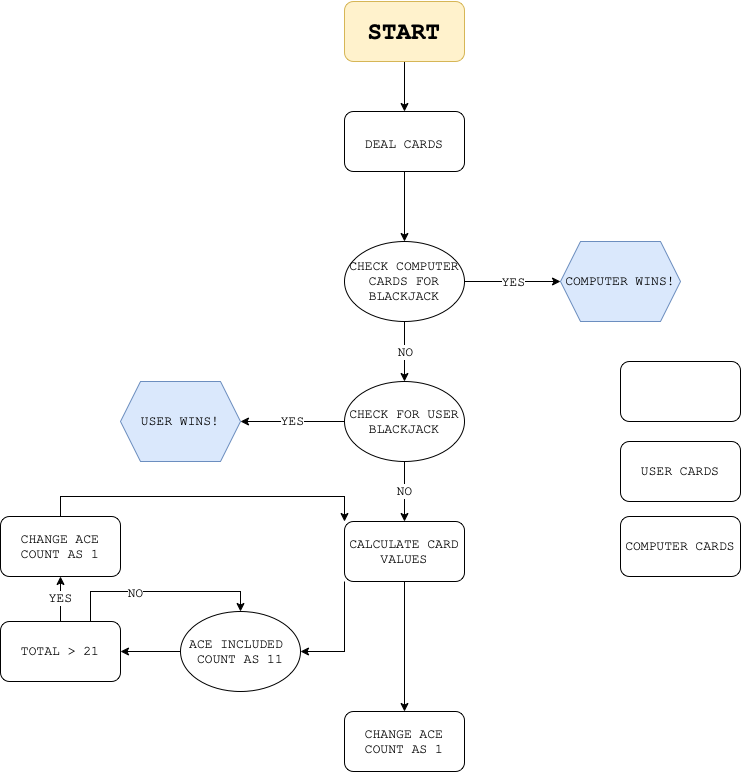
Earlier version of the draw.io export Blackjack.drawio.png (antoniaandreou/100_days_of_python). Source tidied: cells renumbered, new cells last; positions are measured from the earlier drawing's top-left corner, leaving out a move shared by most shapes. Its diagram source:
```xml
<mxGraphModel>
  <root>
    <mxCell id="0" />
    <mxCell id="1" parent="0" />
    <mxCell id="2" style="edgeStyle=orthogonalEdgeStyle;rounded=0;jettySize=auto;html=1;exitX=0.5;exitY=1;exitDx=0;exitDy=0;entryX=0.5;entryY=0;entryDx=0;entryDy=0;fontFamily=Courier New;fontSize=13;" parent="1" edge="1" source="3" target="5">
      <mxGeometry relative="1" as="geometry" />
    </mxCell>
    <mxCell id="3" value="&lt;h1&gt;&lt;font face=&quot;Courier New&quot; size=&quot;1&quot;&gt;&lt;b style=&quot;font-size: 24px&quot;&gt;START&lt;/b&gt;&lt;/font&gt;&lt;/h1&gt;" style="rounded=1;whiteSpace=wrap;html=1;fillColor=#fff2cc;strokeColor=#d6b656;" parent="1" vertex="1">
      <mxGeometry x="344" width="120" height="60" as="geometry" />
    </mxCell>
    <mxCell id="4" style="edgeStyle=orthogonalEdgeStyle;rounded=0;jettySize=auto;html=1;exitX=0.5;exitY=1;exitDx=0;exitDy=0;fontFamily=Courier New;fontSize=13;" parent="1" edge="1" source="5" target="8">
      <mxGeometry relative="1" as="geometry" />
    </mxCell>
    <mxCell id="5" value="&lt;font style=&quot;font-size: 13px&quot;&gt;DEAL CARDS&lt;/font&gt;" style="rounded=1;whiteSpace=wrap;html=1;fontFamily=Courier New;fontSize=24;" parent="1" vertex="1">
      <mxGeometry x="344" y="110" width="120" height="60" as="geometry" />
    </mxCell>
    <mxCell id="6" value="USER CARDS" style="rounded=1;whiteSpace=wrap;html=1;fontFamily=Courier New;fontSize=13;" parent="1" vertex="1">
      <mxGeometry x="620" y="440" width="120" height="60" as="geometry" />
    </mxCell>
    <mxCell id="7" value="COMPUTER CARDS" style="rounded=1;whiteSpace=wrap;html=1;fontFamily=Courier New;fontSize=13;" parent="1" vertex="1">
      <mxGeometry x="620" y="515" width="120" height="60" as="geometry" />
    </mxCell>
    <mxCell id="8" value="CHECK COMPUTER CARDS FOR BLACKJACK" style="ellipse;whiteSpace=wrap;html=1;fontFamily=Courier New;fontSize=13;" parent="1" vertex="1">
      <mxGeometry x="344" y="240" width="120" height="80" as="geometry" />
    </mxCell>
    <mxCell id="9" value="COMPUTER WINS!" style="shape=hexagon;perimeter=hexagonPerimeter2;whiteSpace=wrap;html=1;fixedSize=1;fontFamily=Courier New;fontSize=13;fillColor=#dae8fc;strokeColor=#6c8ebf;" parent="1" vertex="1">
      <mxGeometry x="560" y="240" width="120" height="80" as="geometry" />
    </mxCell>
    <mxCell id="10" style="endArrow=classic;html=1;rounded=0;fontFamily=Courier New;fontSize=13;exitX=1;exitY=0.5;exitDx=0;exitDy=0;entryX=0;entryY=0.5;entryDx=0;entryDy=0;" parent="1" edge="1" source="8" target="9">
      <mxGeometry relative="1" as="geometry" />
    </mxCell>
    <mxCell id="11" value="YES" style="edgeLabel;html=1;align=center;verticalAlign=middle;fontFamily=Courier New;fontSize=13;" parent="10" vertex="1">
      <mxGeometry relative="1" as="geometry" />
    </mxCell>
    <mxCell id="12" value="NO" style="edgeStyle=orthogonalEdgeStyle;rounded=0;jettySize=auto;html=1;exitX=0.5;exitY=1;exitDx=0;exitDy=0;entryX=0.5;entryY=0;entryDx=0;entryDy=0;fontFamily=Courier New;fontSize=13;" parent="1" edge="1" source="14" target="19">
      <mxGeometry relative="1" as="geometry" />
    </mxCell>
    <mxCell id="13" value="YES" style="edgeStyle=orthogonalEdgeStyle;rounded=0;jettySize=auto;html=1;exitX=0;exitY=0.5;exitDx=0;exitDy=0;entryX=1;entryY=0.5;entryDx=0;entryDy=0;fontFamily=Courier New;fontSize=13;" parent="1" edge="1" source="14" target="17">
      <mxGeometry relative="1" as="geometry" />
    </mxCell>
    <mxCell id="14" value="CHECK FOR USER BLACKJACK" style="ellipse;whiteSpace=wrap;html=1;fontFamily=Courier New;fontSize=13;" parent="1" vertex="1">
      <mxGeometry x="344" y="380" width="120" height="80" as="geometry" />
    </mxCell>
    <mxCell id="15" style="endArrow=classic;html=1;rounded=0;fontFamily=Courier New;fontSize=13;exitX=0.5;exitY=1;exitDx=0;exitDy=0;entryX=0.5;entryY=0;entryDx=0;entryDy=0;" parent="1" edge="1" source="8" target="14">
      <mxGeometry relative="1" as="geometry" />
    </mxCell>
    <mxCell id="16" value="NO" style="edgeLabel;html=1;align=center;verticalAlign=middle;fontFamily=Courier New;fontSize=13;" parent="15" vertex="1">
      <mxGeometry relative="1" as="geometry" />
    </mxCell>
    <mxCell id="17" value="USER WINS!" style="shape=hexagon;perimeter=hexagonPerimeter2;whiteSpace=wrap;html=1;fixedSize=1;fontFamily=Courier New;fontSize=13;fillColor=#dae8fc;strokeColor=#6c8ebf;" parent="1" vertex="1">
      <mxGeometry x="120" y="380" width="120" height="80" as="geometry" />
    </mxCell>
    <mxCell id="18" style="edgeStyle=orthogonalEdgeStyle;rounded=0;jettySize=auto;html=1;exitX=0;exitY=1;exitDx=0;exitDy=0;entryX=1;entryY=0.5;entryDx=0;entryDy=0;fontFamily=Courier New;fontSize=13;" parent="1" edge="1" source="19" target="23">
      <mxGeometry relative="1" as="geometry" />
    </mxCell>
    <mxCell id="19" value="CALCULATE CARD VALUES" style="rounded=1;whiteSpace=wrap;html=1;fontFamily=Courier New;fontSize=13;" parent="1" vertex="1">
      <mxGeometry x="344" y="520" width="120" height="60" as="geometry" />
    </mxCell>
    <mxCell id="20" style="rounded=1;whiteSpace=wrap;html=1;fontFamily=Courier New;fontSize=13;" parent="1" vertex="1">
      <mxGeometry x="620" y="360" width="120" height="60" as="geometry" />
    </mxCell>
    <mxCell id="21" style="edgeStyle=orthogonalEdgeStyle;rounded=0;jettySize=auto;html=1;exitX=0;exitY=0.5;exitDx=0;exitDy=0;entryX=1;entryY=0.5;entryDx=0;entryDy=0;fontFamily=Courier New;fontSize=13;" parent="1" edge="1" source="23" target="27">
      <mxGeometry relative="1" as="geometry" />
    </mxCell>
    <mxCell id="22" style="edgeStyle=orthogonalEdgeStyle;rounded=0;jettySize=auto;html=1;exitX=0.5;exitY=1;exitDx=0;exitDy=0;entryX=0.5;entryY=0;entryDx=0;entryDy=0;fontFamily=Courier New;fontSize=13;" parent="1" edge="1" source="19" target="30">
      <mxGeometry relative="1" as="geometry" />
    </mxCell>
    <mxCell id="23" value="ACE INCLUDED&amp;nbsp;&lt;br&gt;COUNT AS 11" style="ellipse;whiteSpace=wrap;html=1;fontFamily=Courier New;fontSize=13;" parent="1" vertex="1">
      <mxGeometry x="180" y="610" width="120" height="80" as="geometry" />
    </mxCell>
    <mxCell id="24" value="YES" style="edgeStyle=orthogonalEdgeStyle;rounded=0;jettySize=auto;html=1;exitX=0.5;exitY=0;exitDx=0;exitDy=0;entryX=0.5;entryY=1;entryDx=0;entryDy=0;fontFamily=Courier New;fontSize=13;" parent="1" edge="1" source="27" target="29">
      <mxGeometry relative="1" as="geometry" />
    </mxCell>
    <mxCell id="25" style="edgeStyle=orthogonalEdgeStyle;rounded=0;jettySize=auto;html=1;exitX=0.75;exitY=0;exitDx=0;exitDy=0;entryX=0.5;entryY=0;entryDx=0;entryDy=0;fontFamily=Courier New;fontSize=13;" parent="1" edge="1" source="27" target="23">
      <mxGeometry relative="1" as="geometry" />
    </mxCell>
    <mxCell id="26" value="NO" style="edgeLabel;html=1;align=center;verticalAlign=middle;fontSize=13;fontFamily=Courier New;" parent="25" vertex="1">
      <mxGeometry x="-0.26" y="-1" relative="1" as="geometry" />
    </mxCell>
    <mxCell id="27" value="TOTAL &amp;gt; 21" style="rounded=1;whiteSpace=wrap;html=1;fontFamily=Courier New;fontSize=13;" parent="1" vertex="1">
      <mxGeometry y="620" width="120" height="60" as="geometry" />
    </mxCell>
    <mxCell id="28" style="edgeStyle=orthogonalEdgeStyle;rounded=0;jettySize=auto;html=1;exitX=0.5;exitY=0;exitDx=0;exitDy=0;entryX=0;entryY=0;entryDx=0;entryDy=0;fontFamily=Courier New;fontSize=13;" parent="1" edge="1" source="29" target="19">
      <mxGeometry relative="1" as="geometry" />
    </mxCell>
    <mxCell id="29" value="CHANGE ACE COUNT AS 1" style="rounded=1;whiteSpace=wrap;html=1;fontFamily=Courier New;fontSize=13;" parent="1" vertex="1">
      <mxGeometry y="515" width="120" height="60" as="geometry" />
    </mxCell>
    <mxCell id="30" value="CHANGE ACE COUNT AS 1" style="rounded=1;whiteSpace=wrap;html=1;fontFamily=Courier New;fontSize=13;" parent="1" vertex="1">
      <mxGeometry x="344" y="710" width="120" height="60" as="geometry" />
    </mxCell>
  </root>
</mxGraphModel>
```
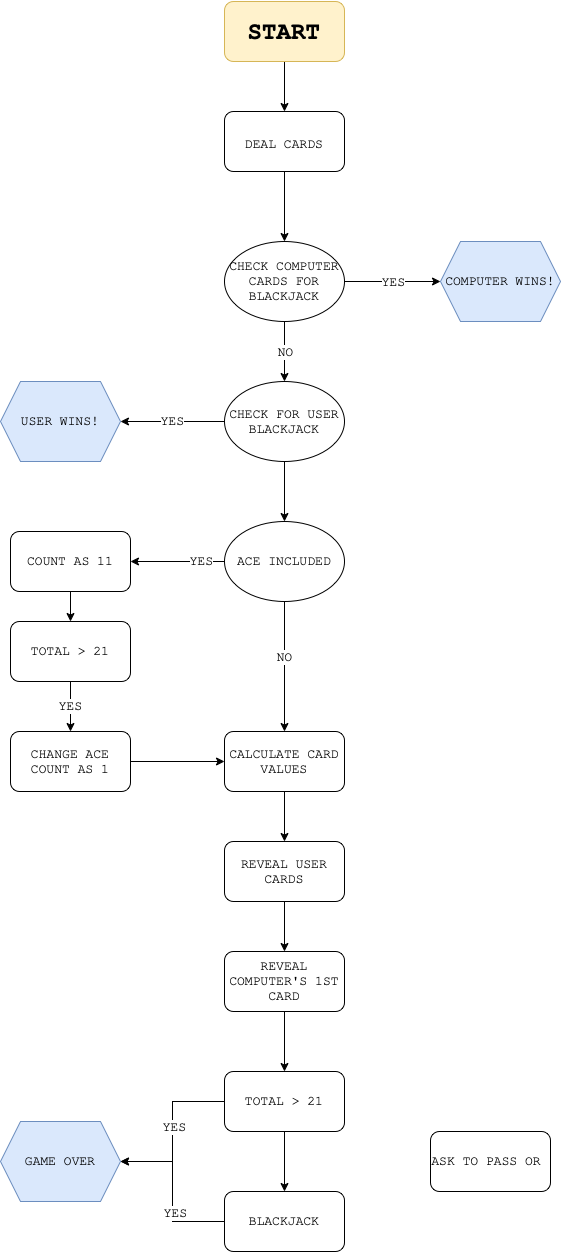
Above is the later version.

What changed in the source:
```diff
@@ -14,11 +14,17 @@
     <mxCell id="5" value="&lt;font style=&quot;font-size: 13px&quot;&gt;DEAL CARDS&lt;/font&gt;" style="rounded=1;whiteSpace=wrap;html=1;fontFamily=Courier New;fontSize=24;" parent="1" vertex="1">
       <mxGeometry x="344" y="110" width="120" height="60" as="geometry" />
     </mxCell>
+    <mxCell id="31" style="edgeStyle=orthogonalEdgeStyle;rounded=0;jettySize=auto;html=1;exitX=0.5;exitY=1;exitDx=0;exitDy=0;entryX=0.5;entryY=0;entryDx=0;entryDy=0;fontFamily=Courier New;fontSize=13;" parent="1" edge="1" source="6" target="20">
+      <mxGeometry relative="1" as="geometry" />
+    </mxCell>
-    <mxCell id="6" value="USER CARDS" style="rounded=1;whiteSpace=wrap;html=1;fontFamily=Courier New;fontSize=13;" parent="1" vertex="1">
-      <mxGeometry x="620" y="440" width="120" height="60" as="geometry" />
+    <mxCell id="6" value="REVEAL COMPUTER'S 1ST CARD" style="rounded=1;whiteSpace=wrap;html=1;fontFamily=Courier New;fontSize=13;" parent="1" vertex="1">
+      <mxGeometry x="344" y="950" width="120" height="60" as="geometry" />
     </mxCell>
+    <mxCell id="32" style="edgeStyle=orthogonalEdgeStyle;rounded=0;jettySize=auto;html=1;exitX=0.5;exitY=1;exitDx=0;exitDy=0;entryX=0.5;entryY=0;entryDx=0;entryDy=0;fontFamily=Courier New;fontSize=13;" parent="1" edge="1" source="7" target="6">
+      <mxGeometry relative="1" as="geometry" />
+    </mxCell>
-    <mxCell id="7" value="COMPUTER CARDS" style="rounded=1;whiteSpace=wrap;html=1;fontFamily=Courier New;fontSize=13;" parent="1" vertex="1">
-      <mxGeometry x="620" y="515" width="120" height="60" as="geometry" />
+    <mxCell id="7" value="REVEAL USER CARDS" style="rounded=1;whiteSpace=wrap;html=1;fontFamily=Courier New;fontSize=13;" parent="1" vertex="1">
+      <mxGeometry x="344" y="840" width="120" height="60" as="geometry" />
     </mxCell>
     <mxCell id="8" value="CHECK COMPUTER CARDS FOR BLACKJACK" style="ellipse;whiteSpace=wrap;html=1;fontFamily=Courier New;fontSize=13;" parent="1" vertex="1">
       <mxGeometry x="344" y="240" width="120" height="80" as="geometry" />
@@ -32,9 +38,6 @@
     <mxCell id="11" value="YES" style="edgeLabel;html=1;align=center;verticalAlign=middle;fontFamily=Courier New;fontSize=13;" parent="10" vertex="1">
       <mxGeometry relative="1" as="geometry" />
     </mxCell>
-    <mxCell id="12" value="NO" style="edgeStyle=orthogonalEdgeStyle;rounded=0;jettySize=auto;html=1;exitX=0.5;exitY=1;exitDx=0;exitDy=0;entryX=0.5;entryY=0;entryDx=0;entryDy=0;fontFamily=Courier New;fontSize=13;" parent="1" edge="1" source="14" target="19">
-      <mxGeometry relative="1" as="geometry" />
-    </mxCell>
     <mxCell id="13" value="YES" style="edgeStyle=orthogonalEdgeStyle;rounded=0;jettySize=auto;html=1;exitX=0;exitY=0.5;exitDx=0;exitDy=0;entryX=1;entryY=0.5;entryDx=0;entryDy=0;fontFamily=Courier New;fontSize=13;" parent="1" edge="1" source="14" target="17">
       <mxGeometry relative="1" as="geometry" />
     </mxCell>
@@ -50,44 +53,74 @@
     <mxCell id="17" value="USER WINS!" style="shape=hexagon;perimeter=hexagonPerimeter2;whiteSpace=wrap;html=1;fixedSize=1;fontFamily=Courier New;fontSize=13;fillColor=#dae8fc;strokeColor=#6c8ebf;" parent="1" vertex="1">
       <mxGeometry x="120" y="380" width="120" height="80" as="geometry" />
     </mxCell>
-    <mxCell id="18" style="edgeStyle=orthogonalEdgeStyle;rounded=0;jettySize=auto;html=1;exitX=0;exitY=1;exitDx=0;exitDy=0;entryX=1;entryY=0.5;entryDx=0;entryDy=0;fontFamily=Courier New;fontSize=13;" parent="1" edge="1" source="19" target="23">
+    <mxCell id="18" style="edgeStyle=orthogonalEdgeStyle;rounded=0;jettySize=auto;html=1;entryX=0.5;entryY=0;entryDx=0;entryDy=0;fontFamily=Courier New;fontSize=13;exitX=0.5;exitY=1;exitDx=0;exitDy=0;" parent="1" edge="1" source="14" target="23">
       <mxGeometry relative="1" as="geometry" />
     </mxCell>
+    <mxCell id="33" style="edgeStyle=orthogonalEdgeStyle;rounded=0;jettySize=auto;html=1;exitX=0.5;exitY=1;exitDx=0;exitDy=0;entryX=0.5;entryY=0;entryDx=0;entryDy=0;fontFamily=Courier New;fontSize=13;" parent="1" edge="1" source="19" target="7">
+      <mxGeometry relative="1" as="geometry" />
+    </mxCell>
     <mxCell id="19" value="CALCULATE CARD VALUES" style="rounded=1;whiteSpace=wrap;html=1;fontFamily=Courier New;fontSize=13;" parent="1" vertex="1">
-      <mxGeometry x="344" y="520" width="120" height="60" as="geometry" />
+      <mxGeometry x="344" y="730" width="120" height="60" as="geometry" />
     </mxCell>
+    <mxCell id="34" style="edgeStyle=orthogonalEdgeStyle;rounded=0;jettySize=auto;html=1;exitX=0;exitY=0.5;exitDx=0;exitDy=0;entryX=1;entryY=0.5;entryDx=0;entryDy=0;fontFamily=Courier New;fontSize=13;" parent="1" edge="1" source="20" target="40">
+      <mxGeometry relative="1" as="geometry" />
+    </mxCell>
+    <mxCell id="35" value="YES" style="edgeLabel;html=1;align=center;verticalAlign=middle;fontSize=13;fontFamily=Courier New;" parent="34" vertex="1">
+      <mxGeometry x="-0.06" y="1" relative="1" as="geometry" />
+    </mxCell>
+    <mxCell id="36" style="edgeStyle=orthogonalEdgeStyle;rounded=0;jettySize=auto;html=1;exitX=0.5;exitY=1;exitDx=0;exitDy=0;entryX=0.5;entryY=0;entryDx=0;entryDy=0;fontFamily=Courier New;fontSize=13;" parent="1" edge="1" source="20" target="43">
+      <mxGeometry relative="1" as="geometry" />
+    </mxCell>
-    <mxCell id="20" style="rounded=1;whiteSpace=wrap;html=1;fontFamily=Courier New;fontSize=13;" parent="1" vertex="1">
-      <mxGeometry x="620" y="360" width="120" height="60" as="geometry" />
+    <mxCell id="20" value="TOTAL &amp;gt; 21" style="rounded=1;whiteSpace=wrap;html=1;fontFamily=Courier New;fontSize=13;" parent="1" vertex="1">
+      <mxGeometry x="344" y="1070" width="120" height="60" as="geometry" />
     </mxCell>
-    <mxCell id="21" style="edgeStyle=orthogonalEdgeStyle;rounded=0;jettySize=auto;html=1;exitX=0;exitY=0.5;exitDx=0;exitDy=0;entryX=1;entryY=0.5;entryDx=0;entryDy=0;fontFamily=Courier New;fontSize=13;" parent="1" edge="1" source="23" target="27">
+    <mxCell id="21" style="edgeStyle=orthogonalEdgeStyle;rounded=0;jettySize=auto;html=1;exitX=0;exitY=0.5;exitDx=0;exitDy=0;entryX=1;entryY=0.5;entryDx=0;entryDy=0;fontFamily=Courier New;fontSize=13;" parent="1" edge="1" source="23" target="30">
       <mxGeometry relative="1" as="geometry" />
     </mxCell>
-    <mxCell id="22" style="edgeStyle=orthogonalEdgeStyle;rounded=0;jettySize=auto;html=1;exitX=0.5;exitY=1;exitDx=0;exitDy=0;entryX=0.5;entryY=0;entryDx=0;entryDy=0;fontFamily=Courier New;fontSize=13;" parent="1" edge="1" source="19" target="30">
-      <mxGeometry relative="1" as="geometry" />
-    </mxCell>
+    <mxCell id="37" value="YES" style="edgeLabel;html=1;align=center;verticalAlign=middle;fontSize=13;fontFamily=Courier New;" parent="21" vertex="1">
+      <mxGeometry x="-0.5" y="-1" relative="1" as="geometry" />
+    </mxCell>
+    <mxCell id="38" style="edgeStyle=orthogonalEdgeStyle;rounded=0;jettySize=auto;html=1;exitX=0.5;exitY=1;exitDx=0;exitDy=0;fontFamily=Courier New;fontSize=13;" parent="1" edge="1" source="23" target="19">
+      <mxGeometry relative="1" as="geometry" />
+    </mxCell>
+    <mxCell id="26" value="NO" style="edgeLabel;html=1;align=center;verticalAlign=middle;fontSize=13;fontFamily=Courier New;" parent="38" vertex="1">
+      <mxGeometry x="-0.15" y="-1" relative="1" as="geometry" />
+    </mxCell>
-    <mxCell id="23" value="ACE INCLUDED&amp;nbsp;&lt;br&gt;COUNT AS 11" style="ellipse;whiteSpace=wrap;html=1;fontFamily=Courier New;fontSize=13;" parent="1" vertex="1">
-      <mxGeometry x="180" y="610" width="120" height="80" as="geometry" />
+    <mxCell id="23" value="ACE INCLUDED" style="ellipse;whiteSpace=wrap;html=1;fontFamily=Courier New;fontSize=13;" parent="1" vertex="1">
+      <mxGeometry x="344" y="520" width="120" height="80" as="geometry" />
     </mxCell>
-    <mxCell id="24" value="YES" style="edgeStyle=orthogonalEdgeStyle;rounded=0;jettySize=auto;html=1;exitX=0.5;exitY=0;exitDx=0;exitDy=0;entryX=0.5;entryY=1;entryDx=0;entryDy=0;fontFamily=Courier New;fontSize=13;" parent="1" edge="1" source="27" target="29">
+    <mxCell id="24" value="YES" style="edgeStyle=orthogonalEdgeStyle;rounded=0;jettySize=auto;html=1;exitX=0.5;exitY=1;exitDx=0;exitDy=0;entryX=0.5;entryY=0;entryDx=0;entryDy=0;fontFamily=Courier New;fontSize=13;" parent="1" edge="1" source="27" target="29">
       <mxGeometry relative="1" as="geometry" />
     </mxCell>
-    <mxCell id="25" style="edgeStyle=orthogonalEdgeStyle;rounded=0;jettySize=auto;html=1;exitX=0.75;exitY=0;exitDx=0;exitDy=0;entryX=0.5;entryY=0;entryDx=0;entryDy=0;fontFamily=Courier New;fontSize=13;" parent="1" edge="1" source="27" target="23">
-      <mxGeometry relative="1" as="geometry" />
-    </mxCell>
-    <mxCell id="26" value="NO" style="edgeLabel;html=1;align=center;verticalAlign=middle;fontSize=13;fontFamily=Courier New;" parent="25" vertex="1">
-      <mxGeometry x="-0.26" y="-1" relative="1" as="geometry" />
-    </mxCell>
     <mxCell id="27" value="TOTAL &amp;gt; 21" style="rounded=1;whiteSpace=wrap;html=1;fontFamily=Courier New;fontSize=13;" parent="1" vertex="1">
-      <mxGeometry y="620" width="120" height="60" as="geometry" />
+      <mxGeometry x="130" y="620" width="120" height="60" as="geometry" />
     </mxCell>
-    <mxCell id="28" style="edgeStyle=orthogonalEdgeStyle;rounded=0;jettySize=auto;html=1;exitX=0.5;exitY=0;exitDx=0;exitDy=0;entryX=0;entryY=0;entryDx=0;entryDy=0;fontFamily=Courier New;fontSize=13;" parent="1" edge="1" source="29" target="19">
+    <mxCell id="28" style="edgeStyle=orthogonalEdgeStyle;rounded=0;jettySize=auto;html=1;exitX=1;exitY=0.5;exitDx=0;exitDy=0;entryX=0;entryY=0.5;entryDx=0;entryDy=0;fontFamily=Courier New;fontSize=13;" parent="1" edge="1" source="29" target="19">
       <mxGeometry relative="1" as="geometry" />
     </mxCell>
     <mxCell id="29" value="CHANGE ACE COUNT AS 1" style="rounded=1;whiteSpace=wrap;html=1;fontFamily=Courier New;fontSize=13;" parent="1" vertex="1">
-      <mxGeometry y="515" width="120" height="60" as="geometry" />
+      <mxGeometry x="130" y="730" width="120" height="60" as="geometry" />
     </mxCell>
+    <mxCell id="39" style="edgeStyle=orthogonalEdgeStyle;rounded=0;jettySize=auto;html=1;exitX=0.5;exitY=1;exitDx=0;exitDy=0;entryX=0.5;entryY=0;entryDx=0;entryDy=0;fontFamily=Courier New;fontSize=13;" parent="1" edge="1" source="30" target="27">
+      <mxGeometry relative="1" as="geometry" />
+    </mxCell>
-    <mxCell id="30" value="CHANGE ACE COUNT AS 1" style="rounded=1;whiteSpace=wrap;html=1;fontFamily=Courier New;fontSize=13;" parent="1" vertex="1">
-      <mxGeometry x="344" y="710" width="120" height="60" as="geometry" />
+    <mxCell id="30" value="COUNT AS 11" style="rounded=1;whiteSpace=wrap;html=1;fontFamily=Courier New;fontSize=13;" parent="1" vertex="1">
+      <mxGeometry x="130" y="530" width="120" height="60" as="geometry" />
     </mxCell>
+    <mxCell id="40" value="GAME OVER" style="shape=hexagon;perimeter=hexagonPerimeter2;whiteSpace=wrap;html=1;fixedSize=1;fontFamily=Courier New;fontSize=13;fillColor=#dae8fc;strokeColor=#6c8ebf;" parent="1" vertex="1">
+      <mxGeometry x="120" y="1120" width="120" height="80" as="geometry" />
+    </mxCell>
+    <mxCell id="41" style="edgeStyle=orthogonalEdgeStyle;rounded=0;jettySize=auto;html=1;exitX=0;exitY=0.5;exitDx=0;exitDy=0;fontFamily=Courier New;fontSize=13;" parent="1" edge="1" source="43" target="40">
+      <mxGeometry relative="1" as="geometry" />
+    </mxCell>
+    <mxCell id="42" value="YES" style="edgeLabel;html=1;align=center;verticalAlign=middle;fontSize=13;fontFamily=Courier New;" parent="41" vertex="1">
+      <mxGeometry x="-0.26" y="-2" relative="1" as="geometry" />
+    </mxCell>
+    <mxCell id="43" value="BLACKJACK" style="rounded=1;whiteSpace=wrap;html=1;fontFamily=Courier New;fontSize=13;" parent="1" vertex="1">
+      <mxGeometry x="344" y="1190" width="120" height="60" as="geometry" />
+    </mxCell>
+    <mxCell id="44" value="ASK TO PASS OR&amp;nbsp;" style="rounded=1;whiteSpace=wrap;html=1;fontFamily=Courier New;fontSize=13;" parent="1" vertex="1">
+      <mxGeometry x="550" y="1130" width="120" height="60" as="geometry" />
+    </mxCell>
   </root>
 </mxGraphModel>
```
